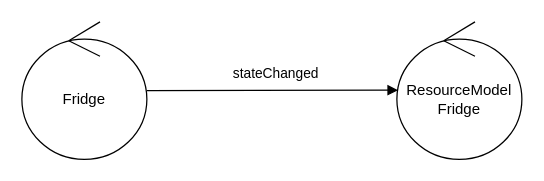
The draw.io diagram Docs/Analisi_Iniziale/zooming2/frigdeArchitecture.drawio in xAlessandroC/iss2019TemaFinale, before the edit. Source tidied: cells renumbered, new cells numbered last; positions are measured from the earlier drawing's top-left corner, leaving out a move shared by most shapes. Both pictures are drawn from the tidied source at 125%, with x=0, y=0 at pixel (21, 21).
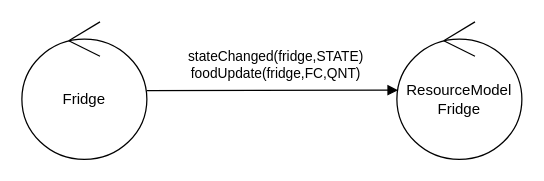
The same diagram, later.

Change to the diagram source:
```diff
@@
 <mxGraphModel>
   <root>
     <mxCell id="0" />
     <mxCell id="1" parent="0" />
     <mxCell id="2" value="Fridge" style="ellipse;shape=umlControl;whiteSpace=wrap;html=1;" parent="1" vertex="1">
       <mxGeometry width="100" height="110" as="geometry" />
     </mxCell>
     <mxCell id="3" value="ResourceModel&lt;br&gt;Fridge" style="ellipse;shape=umlControl;whiteSpace=wrap;html=1;" parent="1" vertex="1">
       <mxGeometry x="300" width="100" height="110" as="geometry" />
     </mxCell>
-    <mxCell id="4" value="stateChanged" style="html=1;verticalAlign=bottom;endArrow=block;entryX=0.01;entryY=0.497;entryDx=0;entryDy=0;entryPerimeter=0;" parent="1" edge="1" source="2" target="3">
+    <mxCell id="4" value="stateChanged(fridge,STATE)&lt;br&gt;foodUpdate(fridge,FC,QNT)" style="html=1;verticalAlign=bottom;endArrow=block;entryX=0.01;entryY=0.497;entryDx=0;entryDy=0;entryPerimeter=0;" parent="1" edge="1" source="2" target="3">
       <mxGeometry x="0.02" y="5" relative="1" as="geometry" />
     </mxCell>
   </root>
 </mxGraphModel>
```
